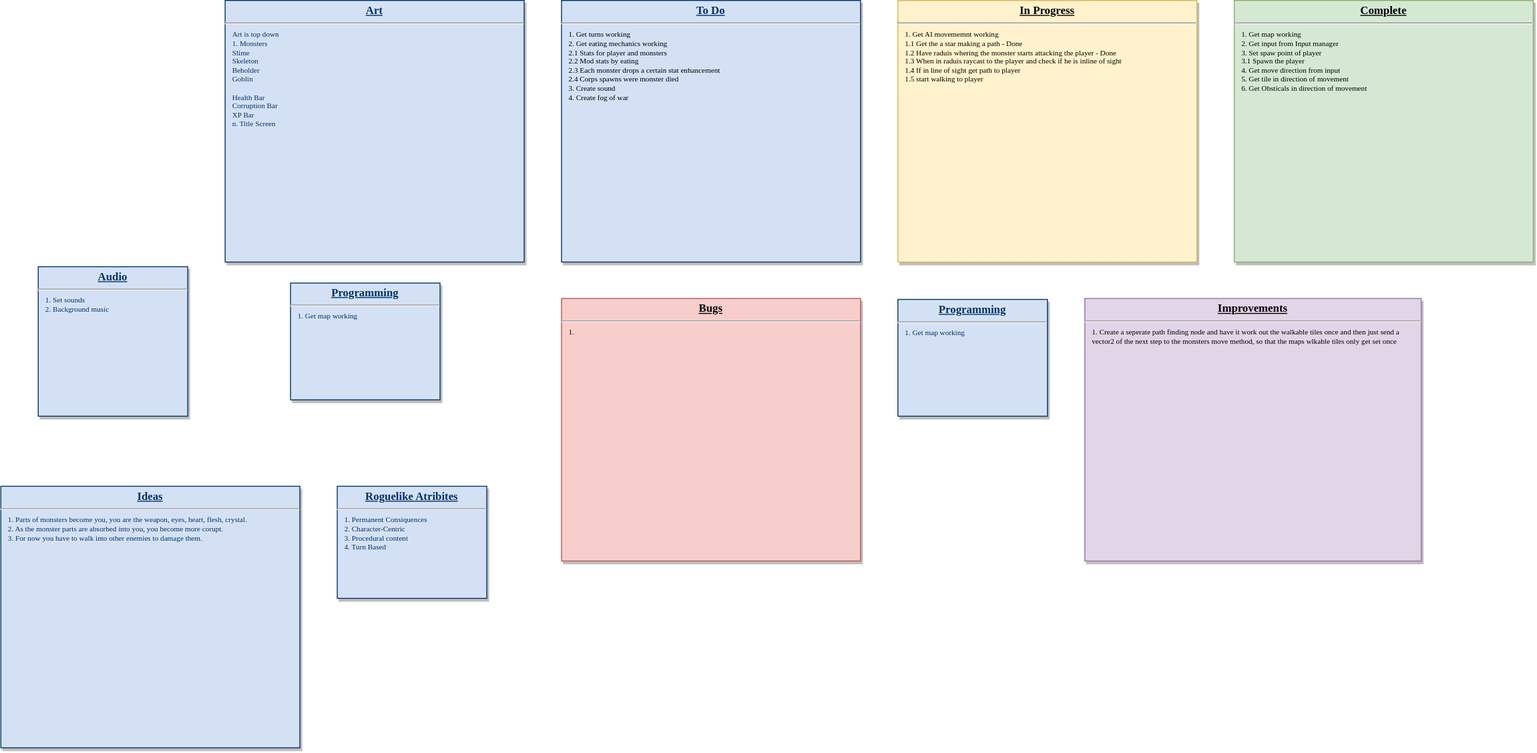
The draw.io diagram Planning1.svg in bitbear101/Insatiable, before a commit. Source tidied: cells renumbered, new cells last; positions are measured from the earlier drawing's top-left corner, leaving out a move shared by most shapes.
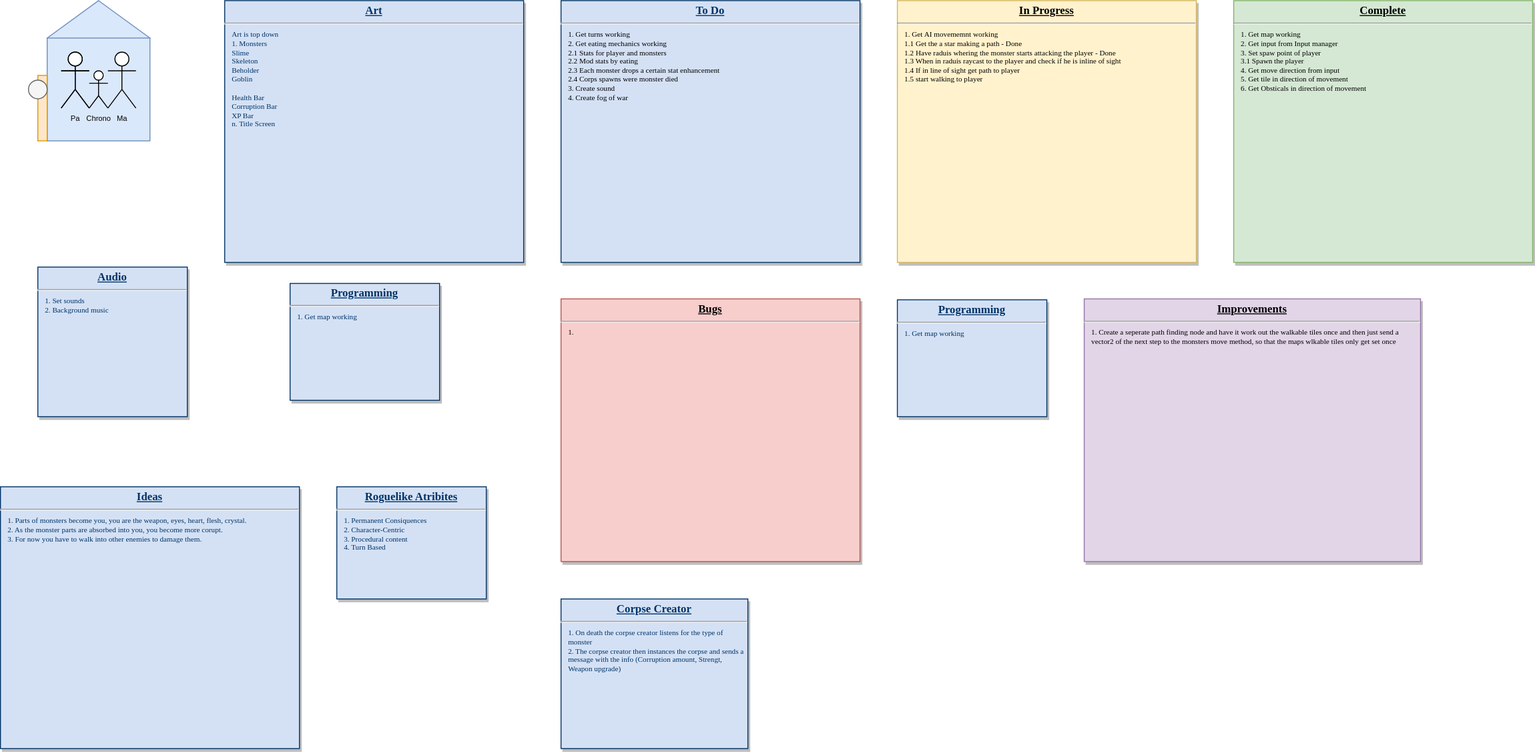
The same diagram one commit later.

The edit, as a diff of the source:
```diff
@@ -2,6 +2,12 @@
   <root>
     <mxCell id="0" />
     <mxCell id="1" parent="0" />
+    <mxCell id="13" style="rhombus;whiteSpace=wrap;html=1;fontSize=8;fillColor=#dae8fc;strokeColor=#6c8ebf;" parent="1" vertex="1">
+      <mxGeometry x="50" width="110" height="80" as="geometry" />
+    </mxCell>
+    <mxCell id="14" style="whiteSpace=wrap;html=1;fontSize=8;fillColor=#dae8fc;strokeColor=#6c8ebf;" parent="1" vertex="1">
+      <mxGeometry x="50" y="40" width="110" height="110" as="geometry" />
+    </mxCell>
     <mxCell id="2" value="&lt;p style=&quot;margin: 0px ; margin-top: 4px ; text-align: center ; text-decoration: underline&quot;&gt;&lt;b&gt;Art&lt;/b&gt;&lt;/p&gt;&lt;hr&gt;&lt;p style=&quot;margin: 0px 0px 0px 8px ; font-size: 8px&quot;&gt;Art is top down&lt;/p&gt;&lt;p style=&quot;margin: 0px 0px 0px 8px ; font-size: 8px&quot;&gt;1. Monsters&lt;/p&gt;&lt;p style=&quot;margin: 0px 0px 0px 8px ; font-size: 8px&quot;&gt;Slime&lt;/p&gt;&lt;p style=&quot;margin: 0px 0px 0px 8px ; font-size: 8px&quot;&gt;Skeleton&lt;/p&gt;&lt;p style=&quot;margin: 0px 0px 0px 8px ; font-size: 8px&quot;&gt;Beholder&lt;/p&gt;&lt;p style=&quot;margin: 0px 0px 0px 8px ; font-size: 8px&quot;&gt;Goblin&lt;/p&gt;&lt;p style=&quot;margin: 0px 0px 0px 8px ; font-size: 8px&quot;&gt;&lt;br&gt;&lt;/p&gt;&lt;p style=&quot;margin: 0px 0px 0px 8px ; font-size: 8px&quot;&gt;Health Bar&lt;/p&gt;&lt;p style=&quot;margin: 0px 0px 0px 8px ; font-size: 8px&quot;&gt;Corruption Bar&lt;/p&gt;&lt;p style=&quot;margin: 0px 0px 0px 8px ; font-size: 8px&quot;&gt;XP Bar&lt;/p&gt;&lt;p style=&quot;margin: 0px 0px 0px 8px ; font-size: 8px&quot;&gt;n. Title Screen&lt;/p&gt;" style="verticalAlign=top;align=left;overflow=fill;fontSize=12;fontFamily=JetBrains Mono;html=1;strokeColor=#003366;shadow=1;fillColor=#D4E1F5;fontColor=#003366;fontSource=https%3A%2F%2Ffonts.googleapis.com%2Fcss%3Ffamily%3DJetBrains%2BMono;whiteSpace=wrap;" parent="1" vertex="1">
       <mxGeometry x="240" width="320" height="280" as="geometry" />
     </mxCell>
@@ -35,5 +41,26 @@
     <mxCell id="12" value="&lt;p style=&quot;margin: 4px 0px 0px ; text-align: center&quot;&gt;&lt;b&gt;&lt;u&gt;Improvements&lt;/u&gt;&lt;/b&gt;&lt;/p&gt;&lt;hr&gt;&lt;p style=&quot;margin: 0px 0px 0px 8px ; font-size: 8px&quot;&gt;1. Create a seperate path finding node and have it work out the walkable tiles once and then just send a vector2 of the next step to the monsters move method, so that the maps wlkable tiles only get set once&lt;/p&gt;" style="verticalAlign=top;align=left;overflow=fill;fontSize=12;fontFamily=JetBrains Mono;html=1;strokeColor=#9673a6;shadow=1;fillColor=#e1d5e7;fontSource=https%3A%2F%2Ffonts.googleapis.com%2Fcss%3Ffamily%3DJetBrains%2BMono;whiteSpace=wrap;" parent="1" vertex="1">
       <mxGeometry x="1160" y="319" width="360" height="281" as="geometry" />
     </mxCell>
+    <mxCell id="15" value="&lt;p style=&quot;margin: 0px ; margin-top: 4px ; text-align: center ; text-decoration: underline&quot;&gt;&lt;b&gt;Corpse Creator&lt;/b&gt;&lt;/p&gt;&lt;hr&gt;&lt;p style=&quot;margin: 0px 0px 0px 8px ; font-size: 8px&quot;&gt;1. On death the corpse creator listens for the type of monster&lt;/p&gt;&lt;p style=&quot;margin: 0px 0px 0px 8px ; font-size: 8px&quot;&gt;2. The corpse creator then instances the corpse and sends a message with the info (Corruption amount, Strengt, Weapon upgrade)&lt;/p&gt;" style="verticalAlign=top;align=left;overflow=fill;fontSize=12;fontFamily=JetBrains Mono;html=1;strokeColor=#003366;shadow=1;fillColor=#D4E1F5;fontColor=#003366;fontSource=https%3A%2F%2Ffonts.googleapis.com%2Fcss%3Ffamily%3DJetBrains%2BMono;whiteSpace=wrap;" parent="1" vertex="1">
+      <mxGeometry x="600" y="640" width="200" height="160" as="geometry" />
+    </mxCell>
+    <mxCell id="16" value="Pa" style="shape=umlActor;verticalLabelPosition=bottom;verticalAlign=top;html=1;fontSize=8;" parent="1" vertex="1">
+      <mxGeometry x="65" y="55" width="30" height="60" as="geometry" />
+    </mxCell>
+    <mxCell id="17" style="shape=umlActor;verticalLabelPosition=bottom;verticalAlign=top;html=1;fontSize=8;" parent="1" vertex="1">
+      <mxGeometry x="65" y="55" width="30" height="60" as="geometry" />
+    </mxCell>
+    <mxCell id="18" value="Ma" style="shape=umlActor;verticalLabelPosition=bottom;verticalAlign=top;html=1;fontSize=8;" parent="1" vertex="1">
+      <mxGeometry x="115" y="55" width="30" height="60" as="geometry" />
+    </mxCell>
+    <mxCell id="19" value="Chrono" style="shape=umlActor;verticalLabelPosition=bottom;verticalAlign=top;html=1;fontSize=8;" parent="1" vertex="1">
+      <mxGeometry x="95" y="75" width="20" height="40" as="geometry" />
+    </mxCell>
+    <mxCell id="20" style="rounded=0;whiteSpace=wrap;html=1;fontSize=8;fillColor=#ffe6cc;strokeColor=#d79b00;" parent="1" vertex="1">
+      <mxGeometry x="40" y="80" width="10" height="70" as="geometry" />
+    </mxCell>
+    <mxCell id="21" style="ellipse;whiteSpace=wrap;html=1;fontSize=8;fillColor=#f5f5f5;strokeColor=#666666;fontColor=#333333;" parent="1" vertex="1">
+      <mxGeometry x="30" y="85" width="20" height="20" as="geometry" />
+    </mxCell>
   </root>
 </mxGraphModel>
```
